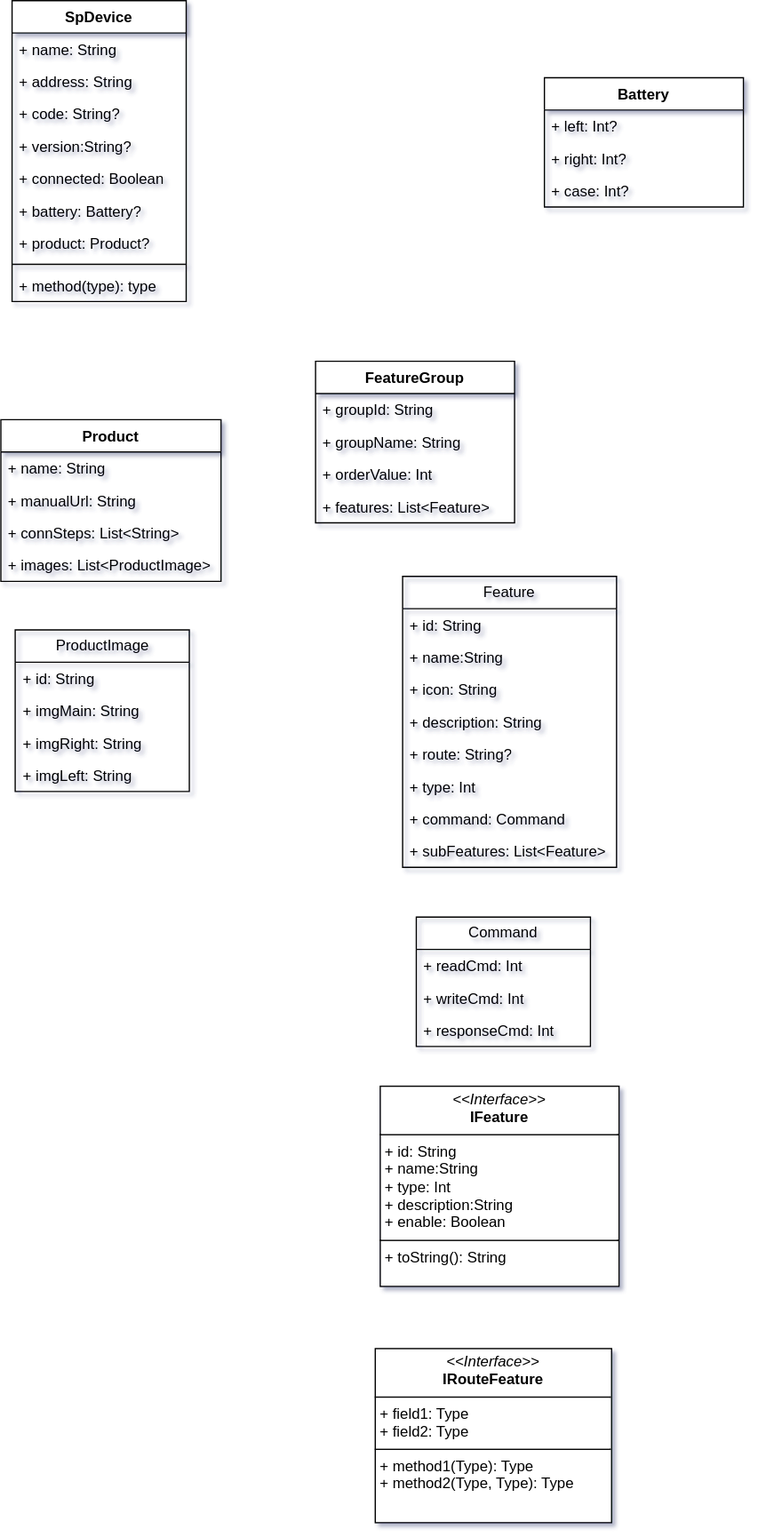
Above: 未命名绘图.drawio.svg in kekemao00/draw-libs (draw.io), before the change. Source tidied: cells renumbered, new cells last; positions are measured from the earlier drawing's top-left corner, leaving out a move shared by most shapes.
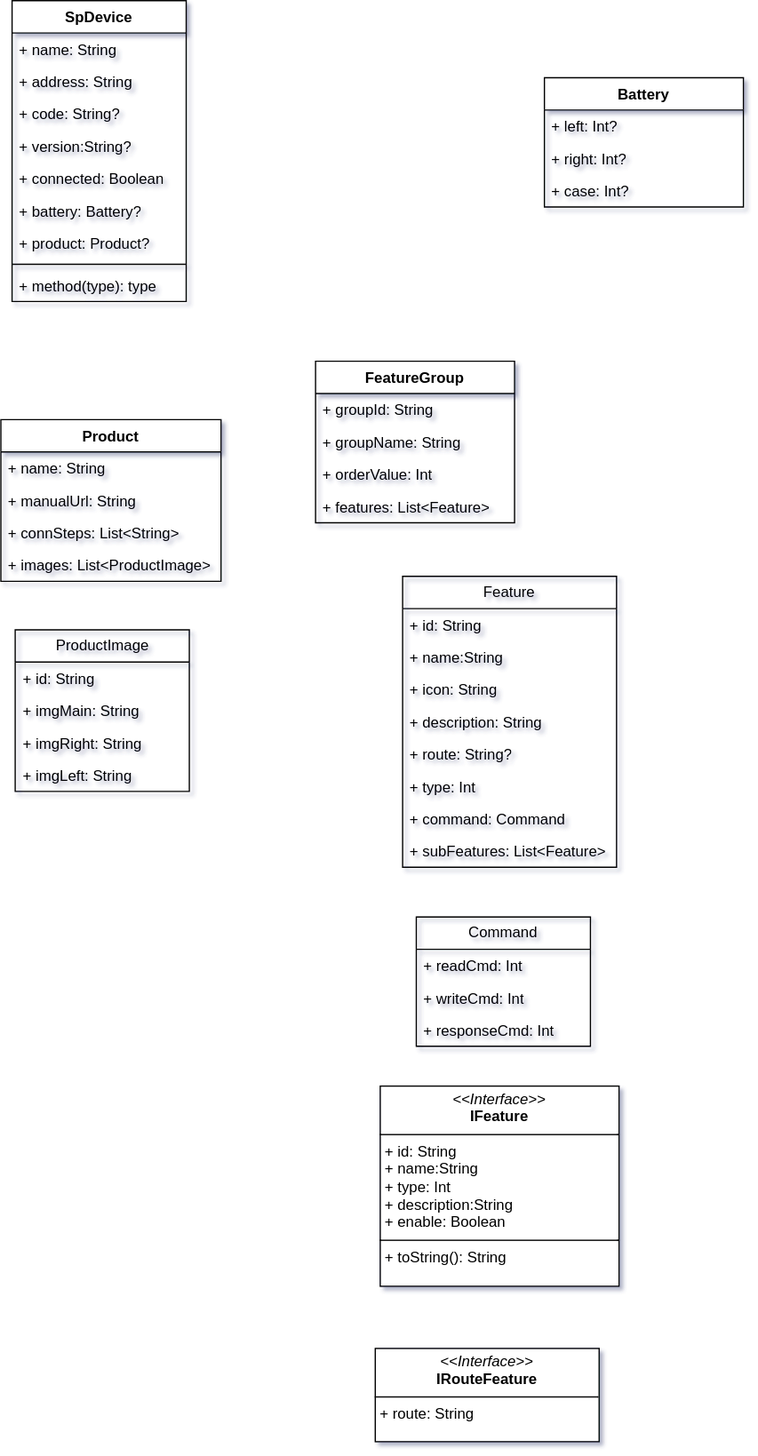
The same diagram one commit later.

Commit message:
更新未命名绘图.drawio.svg

The edit, as a diff of the source:
```diff
@@ -131,8 +131,8 @@
     <mxCell id="44" value="&lt;p style=&quot;margin:0px;margin-top:4px;text-align:center;&quot;&gt;&lt;i&gt;&amp;lt;&amp;lt;Interface&amp;gt;&amp;gt;&lt;/i&gt;&lt;br&gt;&lt;b&gt;IFeature&lt;/b&gt;&lt;/p&gt;&lt;hr size=&quot;1&quot; style=&quot;border-style:solid;&quot;&gt;&lt;p style=&quot;margin:0px;margin-left:4px;&quot;&gt;+ id: String&lt;br&gt;+ name:String&lt;br&gt;+ type: Int&lt;br&gt;+ description:String&lt;br&gt;+&amp;nbsp;enable: Boolean&lt;/p&gt;&lt;hr size=&quot;1&quot; style=&quot;border-style:solid;&quot;&gt;&lt;p style=&quot;margin:0px;margin-left:4px;&quot;&gt;+ toString(): String&lt;br&gt;&lt;/p&gt;" style="verticalAlign=top;align=left;overflow=fill;html=1;whiteSpace=wrap;" parent="1" vertex="1">
       <mxGeometry x="305" y="873" width="192" height="161" as="geometry" />
     </mxCell>
-    <mxCell id="45" value="&lt;p style=&quot;margin:0px;margin-top:4px;text-align:center;&quot;&gt;&lt;i&gt;&amp;lt;&amp;lt;Interface&amp;gt;&amp;gt;&lt;/i&gt;&lt;br&gt;&lt;b&gt;IRouteFeature&lt;/b&gt;&lt;/p&gt;&lt;hr size=&quot;1&quot; style=&quot;border-style:solid;&quot;&gt;&lt;p style=&quot;margin:0px;margin-left:4px;&quot;&gt;+ field1: Type&lt;br&gt;+ field2: Type&lt;/p&gt;&lt;hr size=&quot;1&quot; style=&quot;border-style:solid;&quot;&gt;&lt;p style=&quot;margin:0px;margin-left:4px;&quot;&gt;+ method1(Type): Type&lt;br&gt;+ method2(Type, Type): Type&lt;/p&gt;" style="verticalAlign=top;align=left;overflow=fill;html=1;whiteSpace=wrap;" parent="1" vertex="1">
-      <mxGeometry x="301" y="1084" width="190" height="140" as="geometry" />
+    <mxCell id="45" value="&lt;p style=&quot;margin:0px;margin-top:4px;text-align:center;&quot;&gt;&lt;i&gt;&amp;lt;&amp;lt;Interface&amp;gt;&amp;gt;&lt;/i&gt;&lt;br&gt;&lt;b&gt;IRouteFeature&lt;/b&gt;&lt;/p&gt;&lt;hr size=&quot;1&quot; style=&quot;border-style:solid;&quot;&gt;&lt;p style=&quot;margin:0px;margin-left:4px;&quot;&gt;+ route: String&lt;/p&gt;" style="verticalAlign=top;align=left;overflow=fill;html=1;whiteSpace=wrap;" parent="1" vertex="1">
+      <mxGeometry x="301" y="1084" width="180" height="75" as="geometry" />
     </mxCell>
   </root>
 </mxGraphModel>
```
